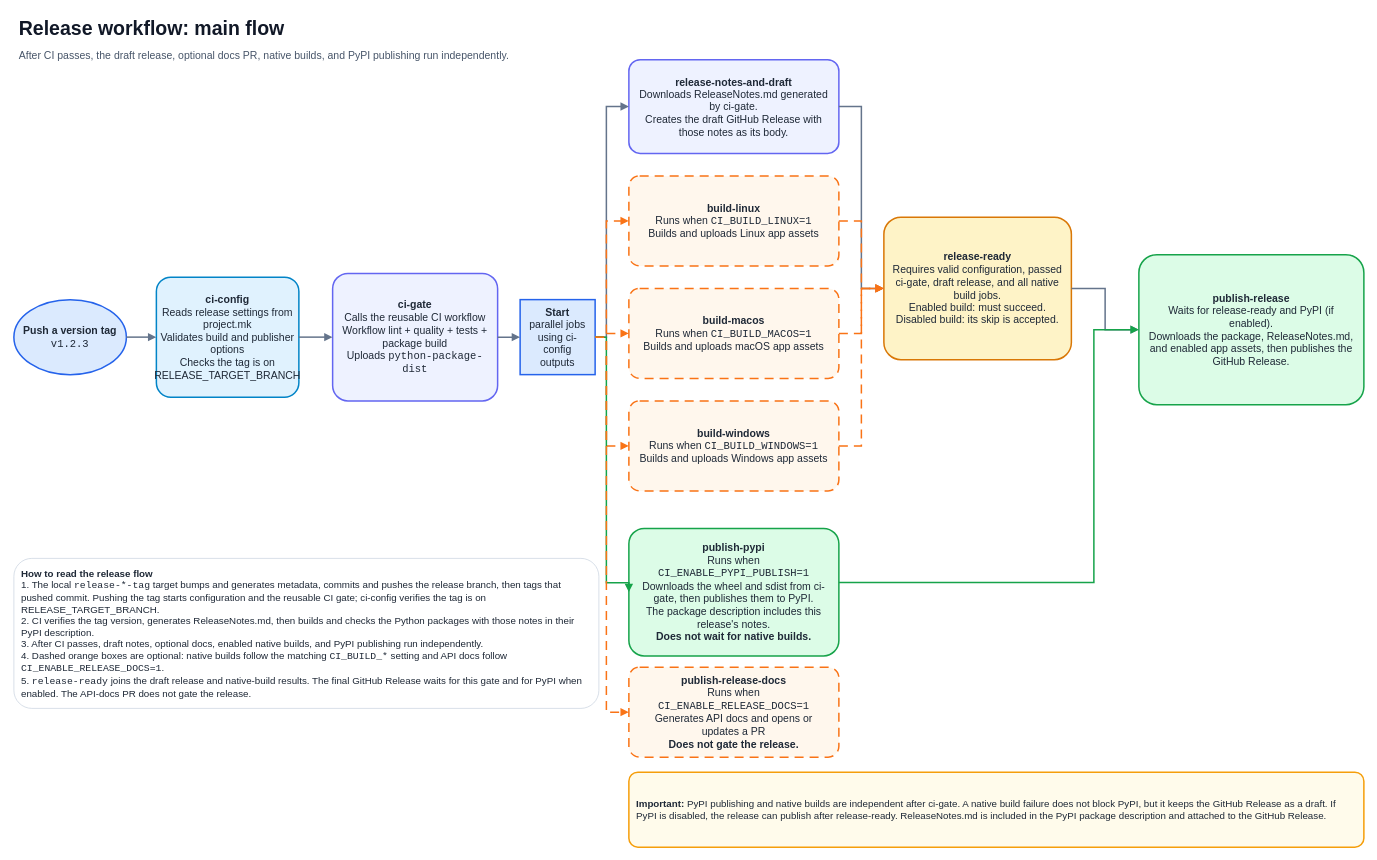
Above: page "2 · Release flow" (2 of 4) of docs/ci-workflows.drawio in GaaabLiz/Python-ci-make-template (draw.io), before the change. Source tidied: cells renumbered, new cells numbered last; positions are measured from the earlier drawing's top-left corner, leaving out a move shared by most shapes. Both pictures are drawn from the tidied source at 75%, with x=0, y=0 at pixel (14, 13).
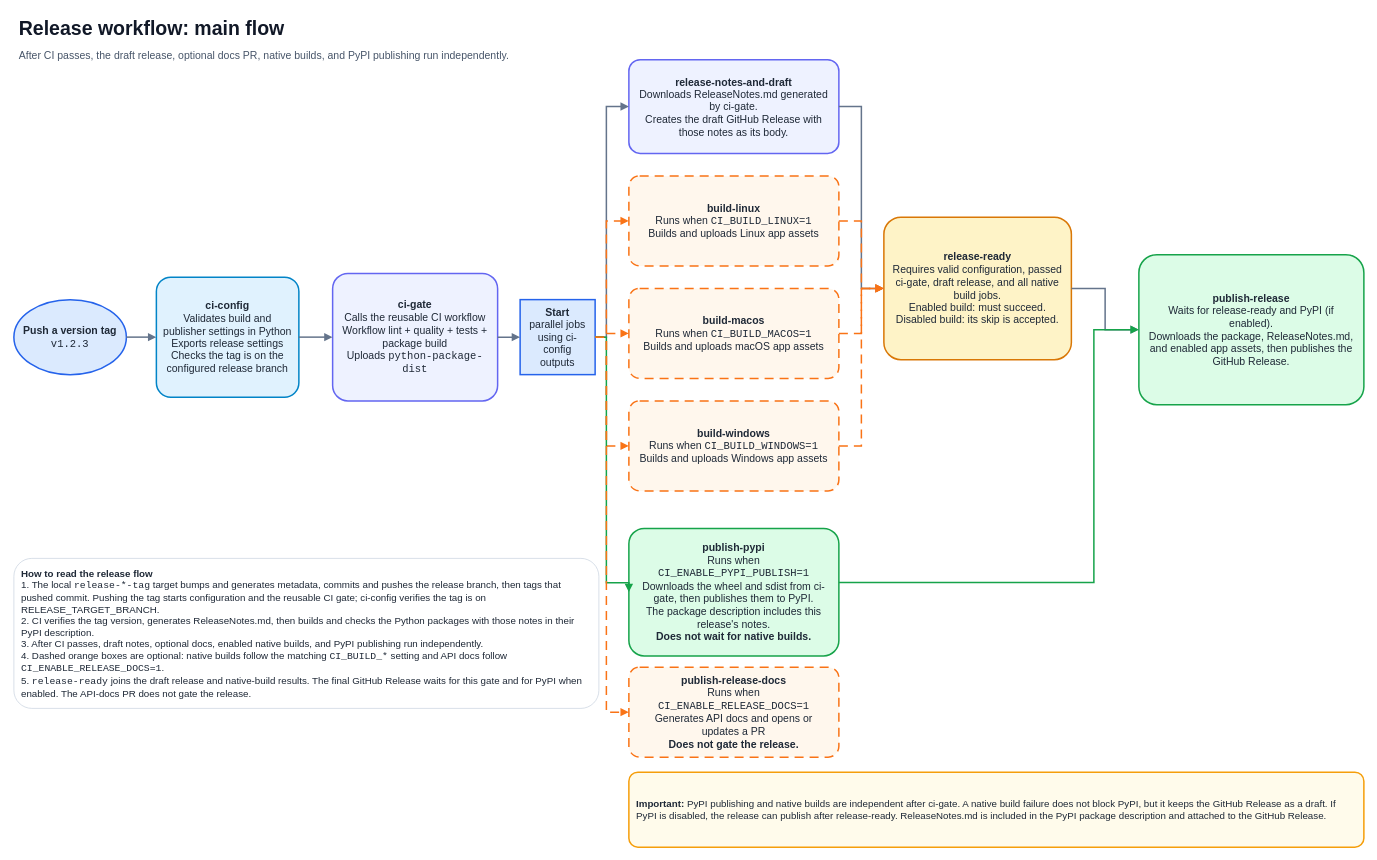
Above is the later version.

Change to the diagram source:
```diff
@@
-    <mxCell id="5" value="&lt;b&gt;ci-config&lt;/b&gt;&lt;br&gt;Reads release settings from project.mk&lt;br&gt;Validates build and publisher options&lt;br&gt;Checks the tag is on RELEASE_TARGET_BRANCH" style="rounded=1;whiteSpace=wrap;html=1;align=center;verticalAlign=middle;fontFamily=Helvetica;fontSize=14;fontColor=#1f2937;spacing=10;fillColor=#e0f2fe;strokeColor=#0284c7;strokeWidth=2;arcSize=12;" parent="1" vertex="1">
+    <mxCell id="5" value="&lt;b&gt;ci-config&lt;/b&gt;&lt;br&gt;Validates build and publisher settings in Python&lt;br&gt;Exports release settings&lt;br&gt;Checks the tag is on the configured release branch" style="rounded=1;whiteSpace=wrap;html=1;align=center;verticalAlign=middle;fontFamily=Helvetica;fontSize=14;fontColor=#1f2937;spacing=10;fillColor=#e0f2fe;strokeColor=#0284c7;strokeWidth=2;arcSize=12;" parent="1" vertex="1">
       <mxGeometry x="190" y="352" width="190" height="160" as="geometry" />
     </mxCell>
```
